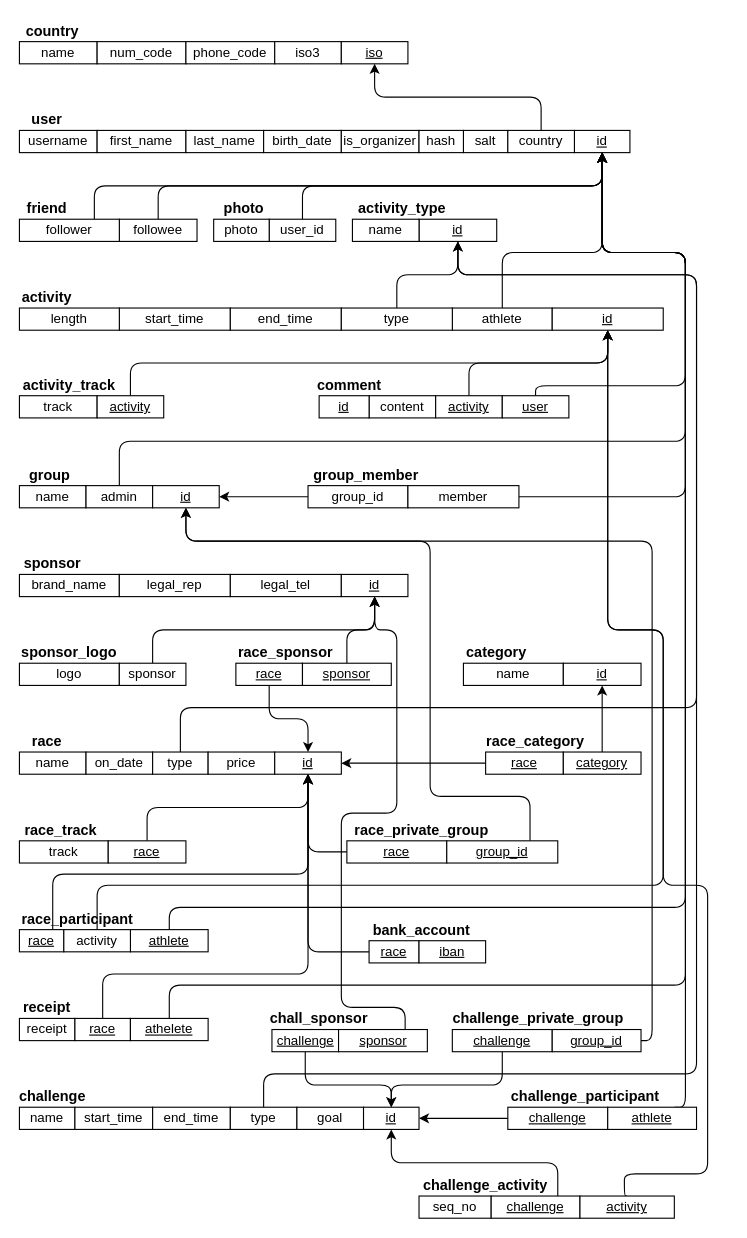
Before: page "Relacional" (2 of 3) of docs/diagramas.drawio in itcr3442/CE3101-StraviaTec, a draw.io diagram. Source tidied: cells renumbered, new cells numbered last; positions are measured from the earlier drawing's top-left corner, leaving out a move shared by most shapes. Both pictures are drawn from the tidied source at 111%, with x=0, y=0 at pixel (19, 19).
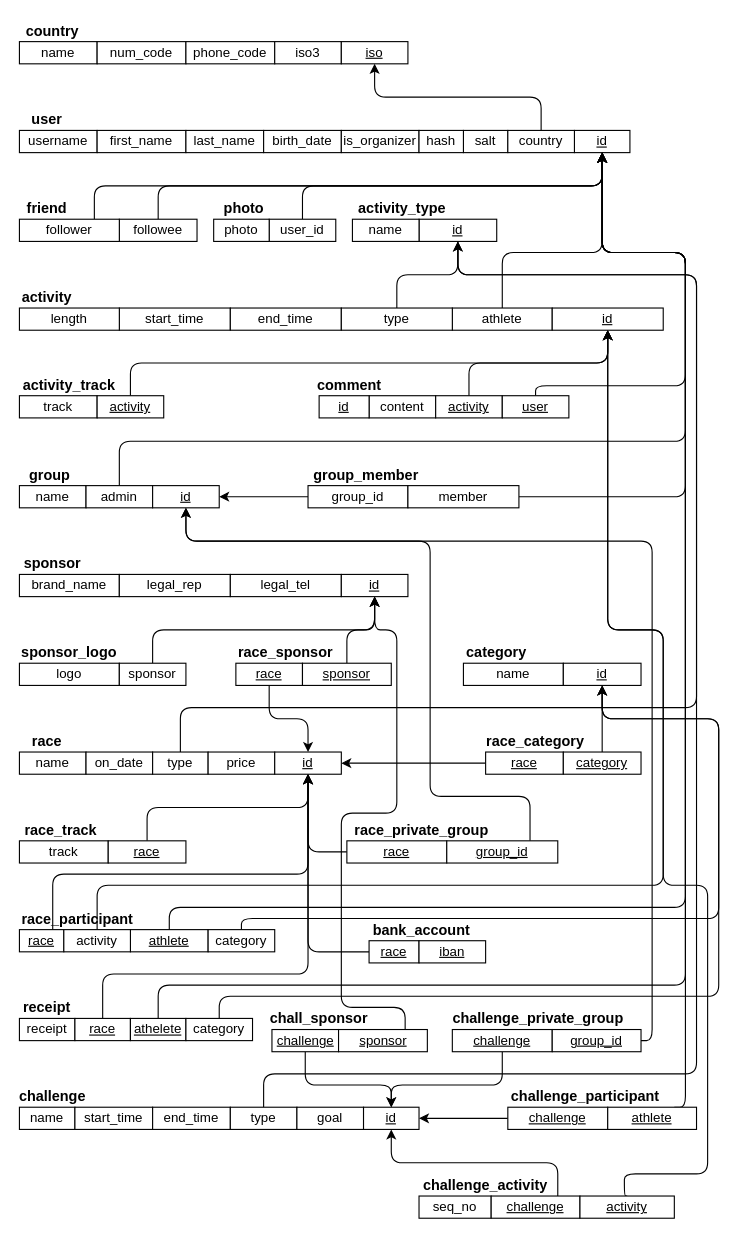
After the change.

The change refers to these unchanged cells:
```xml
<mxCell id="14" value="&lt;u&gt;id&lt;/u&gt;" style="rounded=0;whiteSpace=wrap;html=1;" parent="1" vertex="1">
  <mxGeometry x="500" y="100" width="50" height="20" as="geometry" />
</mxCell>
<mxCell id="66" value="&lt;u&gt;id&lt;/u&gt;" style="rounded=0;whiteSpace=wrap;html=1;" parent="1" vertex="1">
  <mxGeometry x="490" y="580" width="70" height="20" as="geometry" />
</mxCell>
```

Change to the diagram source:
```diff
@@
     <mxCell id="102" style="edgeStyle=orthogonalEdgeStyle;html=1;exitX=0.5;exitY=0;exitDx=0;exitDy=0;entryX=0.5;entryY=1;entryDx=0;entryDy=0;fontSize=13;" parent="1" edge="1" source="103" target="14">
       <mxGeometry relative="1" as="geometry">
         <Array as="points">
-          <mxPoint x="135" y="870" />
+          <mxPoint x="125" y="870" />
           <mxPoint x="600" y="870" />
           <mxPoint x="600" y="210" />
           <mxPoint x="525" y="210" />
         </Array>
       </mxGeometry>
     </mxCell>
     <mxCell id="103" value="&lt;u&gt;athelete&lt;/u&gt;" style="rounded=0;whiteSpace=wrap;html=1;" parent="1" vertex="1">
-      <mxGeometry x="100" y="900" width="70" height="20" as="geometry" />
+      <mxGeometry x="100" y="900" width="50" height="20" as="geometry" />
     </mxCell>
@@
+    <mxCell id="145" style="edgeStyle=orthogonalEdgeStyle;html=1;exitX=0.5;exitY=0;exitDx=0;exitDy=0;entryX=0.5;entryY=1;entryDx=0;entryDy=0;" parent="1" edge="1" source="146" target="66">
+      <mxGeometry relative="1" as="geometry">
+        <Array as="points">
+          <mxPoint x="180" y="880" />
+          <mxPoint x="630" y="880" />
+          <mxPoint x="630" y="630" />
+          <mxPoint x="525" y="630" />
+        </Array>
+      </mxGeometry>
+    </mxCell>
+    <mxCell id="146" value="category" style="rounded=0;whiteSpace=wrap;html=1;" parent="1" vertex="1">
+      <mxGeometry x="150" y="900" width="60" height="20" as="geometry" />
+    </mxCell>
+    <mxCell id="147" style="edgeStyle=orthogonalEdgeStyle;html=1;exitX=0.5;exitY=0;exitDx=0;exitDy=0;entryX=0.5;entryY=1;entryDx=0;entryDy=0;" parent="1" edge="1" source="148" target="66">
+      <mxGeometry relative="1" as="geometry">
+        <Array as="points">
+          <mxPoint x="200" y="810" />
+          <mxPoint x="630" y="810" />
+          <mxPoint x="630" y="630" />
+          <mxPoint x="525" y="630" />
+        </Array>
+      </mxGeometry>
+    </mxCell>
+    <mxCell id="148" value="category" style="rounded=0;whiteSpace=wrap;html=1;" parent="1" vertex="1">
+      <mxGeometry x="170" y="820" width="60" height="20" as="geometry" />
+    </mxCell>
```
